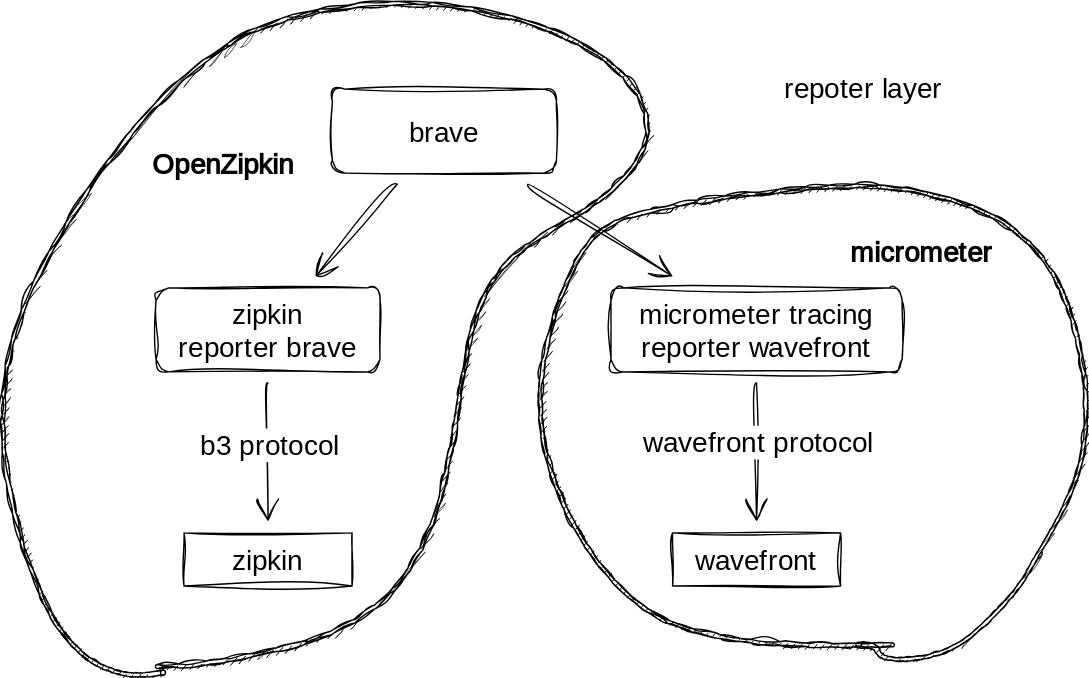
Above: dev/doc/images/reporter-layer-dependency.drawio.svg in shibadog/sample-micrometer-tracer (draw.io), before the change. Source tidied: cells renumbered, new cells last; positions are measured from the earlier drawing's top-left corner, leaving out a move shared by most shapes. Its diagram source:
```xml
<mxGraphModel>
  <root>
    <mxCell id="0" />
    <mxCell id="1" parent="0" />
    <mxCell id="2" style="edgeStyle=none;curved=1;rounded=0;sketch=1;hachureGap=4;jiggle=2;curveFitting=1;jettySize=auto;html=1;fontFamily=Architects Daughter;fontSource=https%3A%2F%2Ffonts.googleapis.com%2Fcss%3Ffamily%3DArchitects%2BDaughter;fontSize=16;endArrow=open;startSize=14;endSize=14;sourcePerimeterSpacing=8;targetPerimeterSpacing=8;" parent="1" edge="1" source="4" target="7">
      <mxGeometry relative="1" as="geometry" />
    </mxCell>
    <mxCell id="3" style="edgeStyle=none;curved=1;rounded=0;sketch=1;hachureGap=4;jiggle=2;curveFitting=1;jettySize=auto;html=1;fontFamily=Architects Daughter;fontSource=https%3A%2F%2Ffonts.googleapis.com%2Fcss%3Ffamily%3DArchitects%2BDaughter;fontSize=16;endArrow=open;startSize=14;endSize=14;sourcePerimeterSpacing=8;targetPerimeterSpacing=8;" parent="1" edge="1" source="4" target="10">
      <mxGeometry relative="1" as="geometry" />
    </mxCell>
    <mxCell id="4" value="brave" style="rounded=1;whiteSpace=wrap;html=1;sketch=1;hachureGap=4;jiggle=2;curveFitting=1;fontFamily=Architects Daughter;fontSource=https%3A%2F%2Ffonts.googleapis.com%2Fcss%3Ffamily%3DArchitects%2BDaughter;fontSize=20;" parent="1" vertex="1">
      <mxGeometry x="237" y="63" width="160" height="60" as="geometry" />
    </mxCell>
    <mxCell id="5" style="edgeStyle=none;curved=1;rounded=0;sketch=1;hachureGap=4;jiggle=2;curveFitting=1;jettySize=auto;html=1;fontFamily=Architects Daughter;fontSource=https%3A%2F%2Ffonts.googleapis.com%2Fcss%3Ffamily%3DArchitects%2BDaughter;fontSize=16;endArrow=open;startSize=14;endSize=14;sourcePerimeterSpacing=8;targetPerimeterSpacing=8;" parent="1" edge="1" source="7" target="12">
      <mxGeometry relative="1" as="geometry" />
    </mxCell>
    <mxCell id="6" value="b3 protocol" style="edgeLabel;html=1;align=center;verticalAlign=middle;fontSize=20;fontFamily=Architects Daughter;" parent="5" vertex="1">
      <mxGeometry x="-0.56" relative="1" as="geometry">
        <mxPoint y="21" as="offset" />
      </mxGeometry>
    </mxCell>
    <mxCell id="7" value="zipkin&lt;br&gt;reporter brave" style="rounded=1;whiteSpace=wrap;html=1;sketch=1;hachureGap=4;jiggle=2;curveFitting=1;fontFamily=Architects Daughter;fontSource=https%3A%2F%2Ffonts.googleapis.com%2Fcss%3Ffamily%3DArchitects%2BDaughter;fontSize=20;" parent="1" vertex="1">
      <mxGeometry x="111" y="205" width="160" height="60" as="geometry" />
    </mxCell>
    <mxCell id="8" style="edgeStyle=none;curved=1;rounded=0;sketch=1;hachureGap=4;jiggle=2;curveFitting=1;jettySize=auto;html=1;fontFamily=Architects Daughter;fontSource=https%3A%2F%2Ffonts.googleapis.com%2Fcss%3Ffamily%3DArchitects%2BDaughter;fontSize=16;endArrow=open;startSize=14;endSize=14;sourcePerimeterSpacing=8;targetPerimeterSpacing=8;" parent="1" edge="1" source="10" target="11">
      <mxGeometry relative="1" as="geometry" />
    </mxCell>
    <mxCell id="9" value="wavefront protocol" style="edgeLabel;html=1;align=center;verticalAlign=middle;fontSize=20;fontFamily=Architects Daughter;" parent="8" vertex="1">
      <mxGeometry x="0.27" y="-1" relative="1" as="geometry">
        <mxPoint x="1" y="-22" as="offset" />
      </mxGeometry>
    </mxCell>
    <mxCell id="10" value="micrometer tracing reporter wavefront" style="rounded=1;whiteSpace=wrap;html=1;sketch=1;hachureGap=4;jiggle=2;curveFitting=1;fontFamily=Architects Daughter;fontSource=https%3A%2F%2Ffonts.googleapis.com%2Fcss%3Ffamily%3DArchitects%2BDaughter;fontSize=20;" parent="1" vertex="1">
      <mxGeometry x="436" y="205" width="208" height="60" as="geometry" />
    </mxCell>
    <mxCell id="11" value="wavefront" style="rounded=0;whiteSpace=wrap;html=1;sketch=1;hachureGap=4;jiggle=2;curveFitting=1;fontFamily=Architects Daughter;fontSource=https%3A%2F%2Ffonts.googleapis.com%2Fcss%3Ffamily%3DArchitects%2BDaughter;fontSize=20;" parent="1" vertex="1">
      <mxGeometry x="480" y="380" width="120" height="38" as="geometry" />
    </mxCell>
    <mxCell id="12" value="zipkin" style="rounded=0;whiteSpace=wrap;html=1;sketch=1;hachureGap=4;jiggle=2;curveFitting=1;fontFamily=Architects Daughter;fontSource=https%3A%2F%2Ffonts.googleapis.com%2Fcss%3Ffamily%3DArchitects%2BDaughter;fontSize=20;" parent="1" vertex="1">
      <mxGeometry x="131" y="380" width="120" height="38" as="geometry" />
    </mxCell>
    <mxCell id="13" style="shape=(stored shape, 2452 characters);lineShape=1;sketch=1;hachureGap=4;jiggle=2;curveFitting=1;fontFamily=Architects Daughter;fontSource=https%3A%2F%2Ffonts.googleapis.com%2Fcss%3Ffamily%3DArchitects%2BDaughter;fontSize=20;" parent="1" vertex="1">
      <mxGeometry x="384.1" y="130.9" width="392.5" height="340.7" as="geometry" />
    </mxCell>
    <mxCell id="14" value="micrometer" style="text;html=1;strokeColor=none;fillColor=none;align=center;verticalAlign=middle;whiteSpace=wrap;rounded=0;fontSize=20;fontFamily=Architects Daughter;fontStyle=1;" parent="1" vertex="1">
      <mxGeometry x="628" y="164" width="60" height="30" as="geometry" />
    </mxCell>
    <mxCell id="15" style="shape=(stored shape, 2256 characters);lineShape=1;sketch=1;hachureGap=4;jiggle=2;curveFitting=1;fontFamily=Architects Daughter;fontSource=https%3A%2F%2Ffonts.googleapis.com%2Fcss%3Ffamily%3DArchitects%2BDaughter;fontSize=20;" parent="1" vertex="1">
      <mxGeometry x="-0.1" y="0.3" width="463.4" height="482.6" as="geometry" />
    </mxCell>
    <mxCell id="16" value="OpenZipkin" style="text;strokeColor=none;fillColor=none;html=1;align=center;verticalAlign=middle;whiteSpace=wrap;rounded=0;fontSize=20;fontFamily=Architects Daughter;fontStyle=1;" parent="1" vertex="1">
      <mxGeometry x="129" y="100.9" width="60" height="30" as="geometry" />
    </mxCell>
    <mxCell id="17" value="repoter layer" style="text;strokeColor=none;fillColor=none;html=1;align=center;verticalAlign=middle;whiteSpace=wrap;rounded=0;fontSize=20;fontFamily=Architects Daughter;" parent="1" vertex="1">
      <mxGeometry x="547" y="47" width="139" height="30" as="geometry" />
    </mxCell>
  </root>
</mxGraphModel>
```
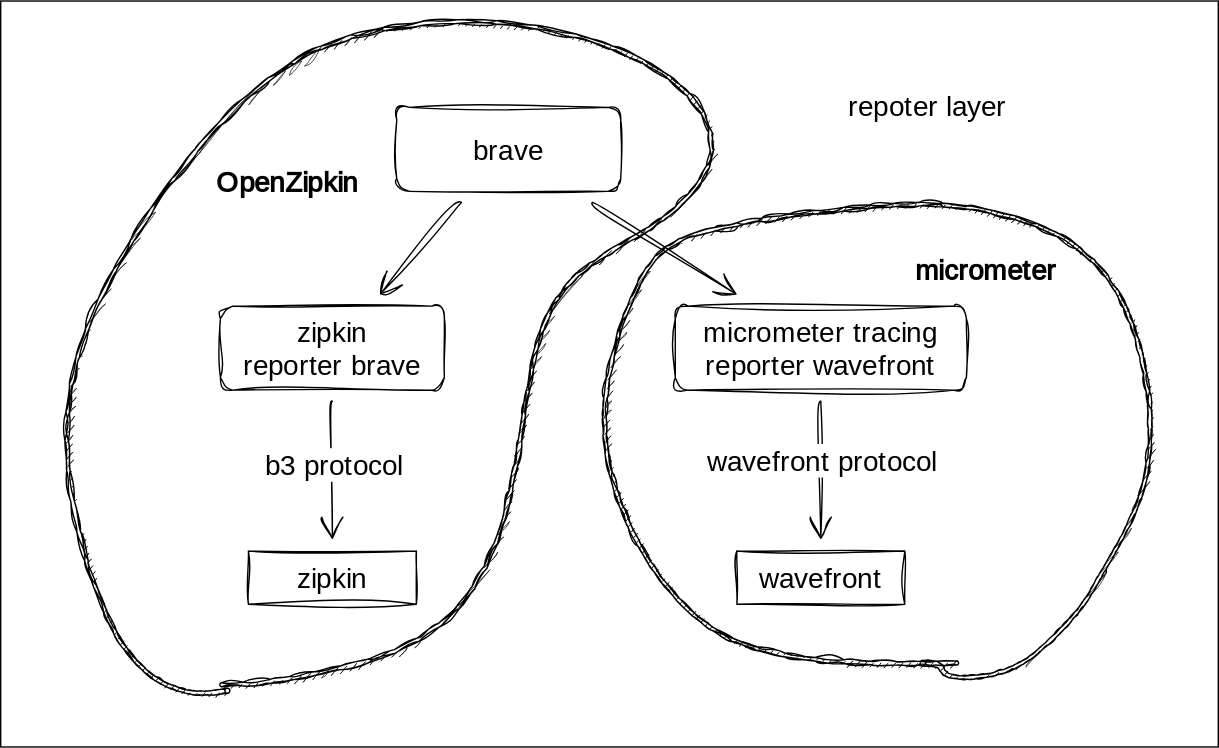
After the commit.

Diff of the diagram source:
```diff
@@ -2,6 +2,9 @@
   <root>
     <mxCell id="0" />
     <mxCell id="1" parent="0" />
+    <mxCell id="18" style="rounded=0;whiteSpace=wrap;html=1;" parent="1" vertex="1">
+      <mxGeometry x="-46" y="-13" width="870" height="533" as="geometry" />
+    </mxCell>
     <mxCell id="2" style="edgeStyle=none;curved=1;rounded=0;sketch=1;hachureGap=4;jiggle=2;curveFitting=1;jettySize=auto;html=1;fontFamily=Architects Daughter;fontSource=https%3A%2F%2Ffonts.googleapis.com%2Fcss%3Ffamily%3DArchitects%2BDaughter;fontSize=16;endArrow=open;startSize=14;endSize=14;sourcePerimeterSpacing=8;targetPerimeterSpacing=8;" parent="1" edge="1" source="4" target="7">
       <mxGeometry relative="1" as="geometry" />
     </mxCell>
```
